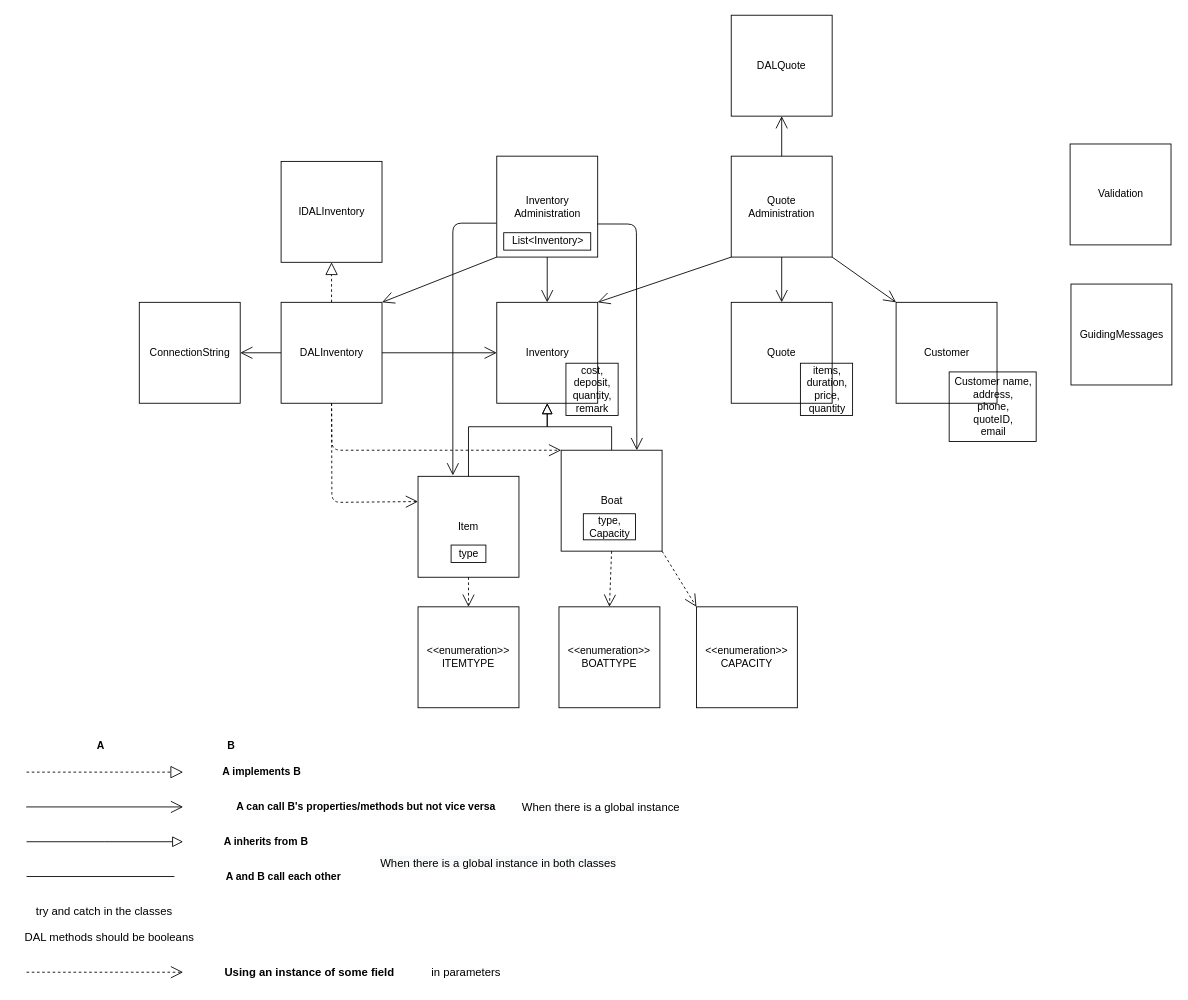
Earlier version of the draw.io diagram Documentation/Synthesis Assignment.drawio (ismailchbiki/-t-Sloepke-B.V.-company). Source tidied: cells renumbered, new cells numbered last; positions are measured from the earlier drawing's top-left corner, leaving out a move shared by most shapes. Both pictures are drawn from the tidied source at 87%, with x=0, y=0 at pixel (17, 15).
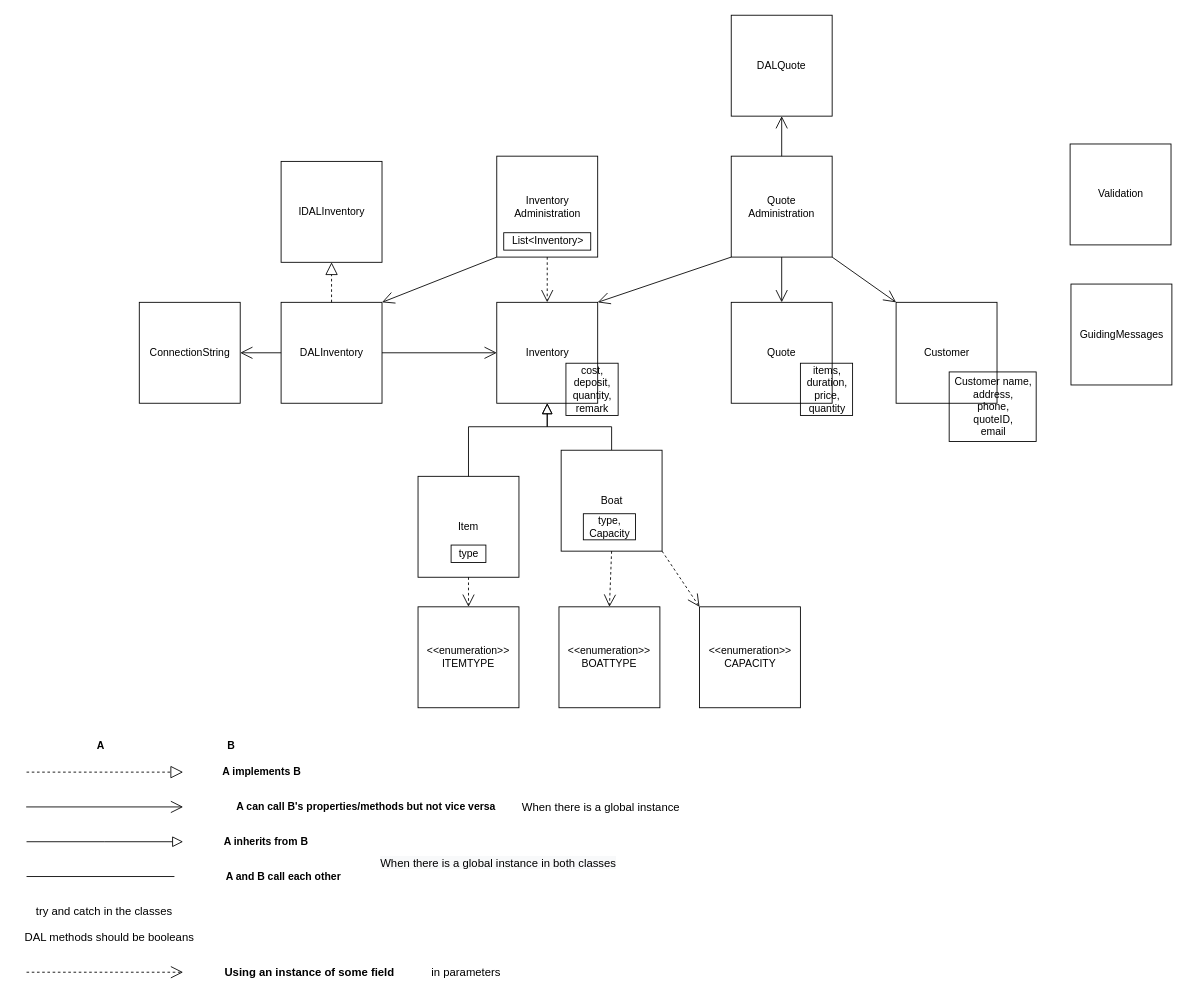
The same page after the edit.

Unchanged cells that the change refers to:
```xml
<mxCell id="26" value="Boat" style="whiteSpace=wrap;html=1;strokeColor=default;direction=east;" parent="1" vertex="1">
  <mxGeometry x="624.5" y="500" width="116" height="116" as="geometry" />
</mxCell>
<mxCell id="27" value="Item" style="whiteSpace=wrap;html=1;strokeColor=default;direction=east;" parent="1" vertex="1">
  <mxGeometry x="460" y="530" width="116" height="116" as="geometry" />
</mxCell>
<mxCell id="29" value="Inventory" style="whiteSpace=wrap;html=1;strokeColor=default;direction=east;" parent="1" vertex="1">
  <mxGeometry x="550.5" y="330" width="116" height="116" as="geometry" />
</mxCell>
<mxCell id="38" value="Inventory&lt;br&gt;Administration" style="whiteSpace=wrap;html=1;strokeColor=default;direction=east;" parent="1" vertex="1">
  <mxGeometry x="550.5" y="162" width="116" height="116" as="geometry" />
</mxCell>
<mxCell id="47" value="DALInventory" style="whiteSpace=wrap;html=1;" parent="1" vertex="1">
  <mxGeometry x="302.6" y="330" width="116" height="116" as="geometry" />
</mxCell>
```

Change to the diagram source:
```diff
@@
-    <mxCell id="39" style="endArrow=open;endFill=1;endSize=12;html=1;fontStyle=1;fontSize=13;strokeWidth=1;exitX=0.5;exitY=1;exitDx=0;exitDy=0;entryX=0.5;entryY=0;entryDx=0;entryDy=0;" parent="1" edge="1" source="38" target="29">
-      <mxGeometry relative="1" as="geometry" />
-    </mxCell>
@@
-    <mxCell id="52" style="endArrow=open;endSize=12;dashed=1;html=1;fontStyle=1;fontSize=13;exitX=0.5;exitY=1;exitDx=0;exitDy=0;entryX=0;entryY=0;entryDx=0;entryDy=0;" parent="1" edge="1" source="47" target="26">
-      <mxGeometry relative="1" as="geometry">
-        <Array as="points">
-          <mxPoint x="361" y="500" />
-        </Array>
-      </mxGeometry>
-    </mxCell>
-    <mxCell id="53" style="endArrow=open;endSize=12;dashed=1;html=1;fontStyle=1;fontSize=13;exitX=0.5;exitY=1;exitDx=0;exitDy=0;entryX=0;entryY=0.25;entryDx=0;entryDy=0;" parent="1" edge="1" source="47" target="27">
-      <mxGeometry relative="1" as="geometry">
-        <Array as="points">
-          <mxPoint x="361" y="560" />
-        </Array>
-      </mxGeometry>
-    </mxCell>
@@
     <mxCell id="55" value="&amp;lt;&amp;lt;enumeration&amp;gt;&amp;gt;&lt;br&gt;CAPACITY" style="whiteSpace=wrap;html=1;" parent="1" vertex="1">
-      <mxGeometry x="780" y="680" width="116" height="116" as="geometry" />
+      <mxGeometry x="783.5" y="680" width="116" height="116" as="geometry" />
     </mxCell>
@@
-    <mxCell id="57" style="endArrow=open;endFill=1;endSize=12;html=1;fontStyle=1;fontSize=13;strokeWidth=1;entryX=0.75;entryY=0;entryDx=0;entryDy=0;exitX=0.996;exitY=0.672;exitDx=0;exitDy=0;exitPerimeter=0;" parent="1" edge="1" source="38" target="26">
-      <mxGeometry relative="1" as="geometry">
-        <Array as="points">
-          <mxPoint x="711" y="240" />
-        </Array>
-      </mxGeometry>
-    </mxCell>
-    <mxCell id="58" style="endArrow=open;endFill=1;endSize=12;html=1;fontStyle=1;fontSize=13;strokeWidth=1;exitX=-0.004;exitY=0.664;exitDx=0;exitDy=0;exitPerimeter=0;entryX=0.345;entryY=-0.009;entryDx=0;entryDy=0;entryPerimeter=0;" parent="1" edge="1" source="38" target="27">
-      <mxGeometry relative="1" as="geometry">
-        <Array as="points">
-          <mxPoint x="500" y="239" />
-        </Array>
-      </mxGeometry>
-    </mxCell>
+    <mxCell id="39" style="endArrow=open;endSize=12;dashed=1;html=1;fontStyle=1;fontSize=13;exitX=0.5;exitY=1;exitDx=0;exitDy=0;entryX=0.5;entryY=0;entryDx=0;entryDy=0;" parent="1" edge="1" source="38" target="29">
+      <mxGeometry relative="1" as="geometry" />
+    </mxCell>
```
